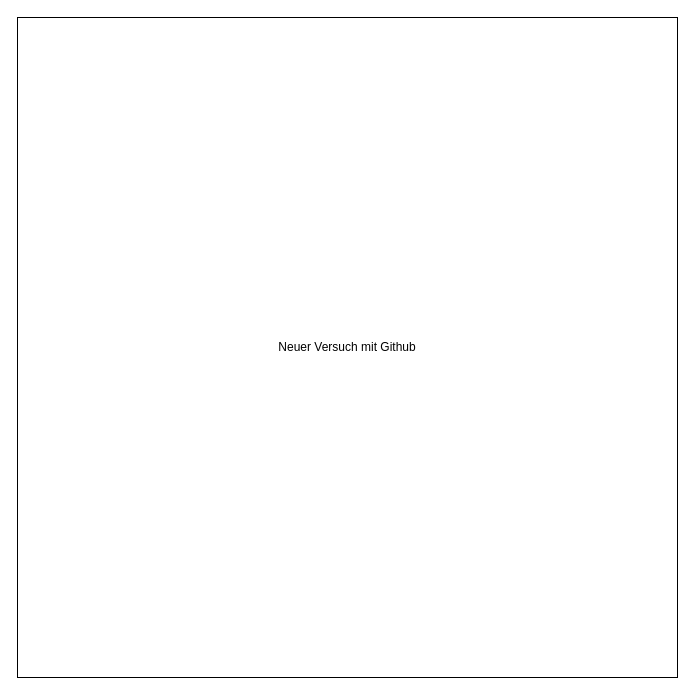
Before: Untitled Diagram.drawio in Maschinencluster/Test, a draw.io diagram. Source tidied: cells renumbered, new cells numbered last; positions are measured from the earlier drawing's top-left corner, leaving out a move shared by most shapes. Both pictures are drawn from the tidied source at 100%, with x=0, y=0 at pixel (17, 17).
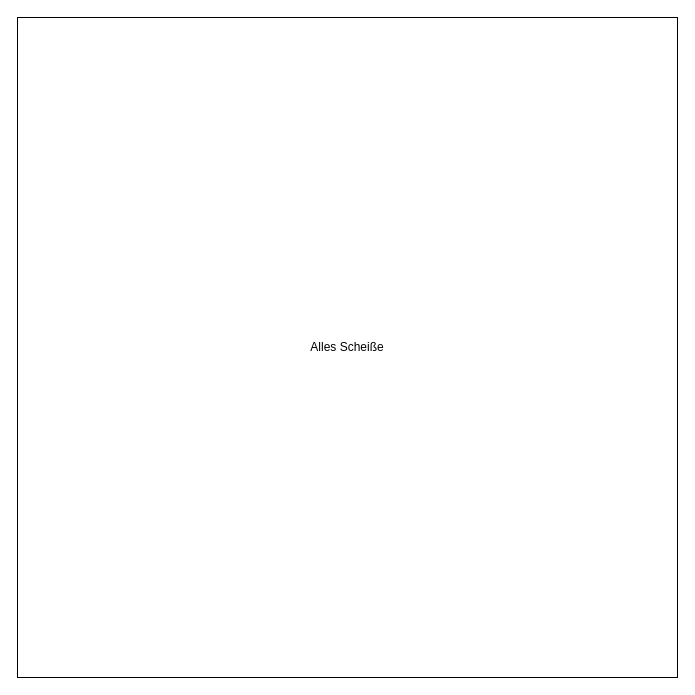
The same page after the edit.

What changed in the source:
```diff
@@
 <mxGraphModel>
   <root>
     <mxCell id="0" />
     <mxCell id="1" parent="0" />
-    <mxCell id="2" value="Neuer Versuch mit Github" style="whiteSpace=wrap;html=1;" parent="1" vertex="1">
+    <mxCell id="2" value="Alles Scheiße" style="whiteSpace=wrap;html=1;" parent="1" vertex="1">
       <mxGeometry width="660" height="660" as="geometry" />
     </mxCell>
   </root>
 </mxGraphModel>
```
